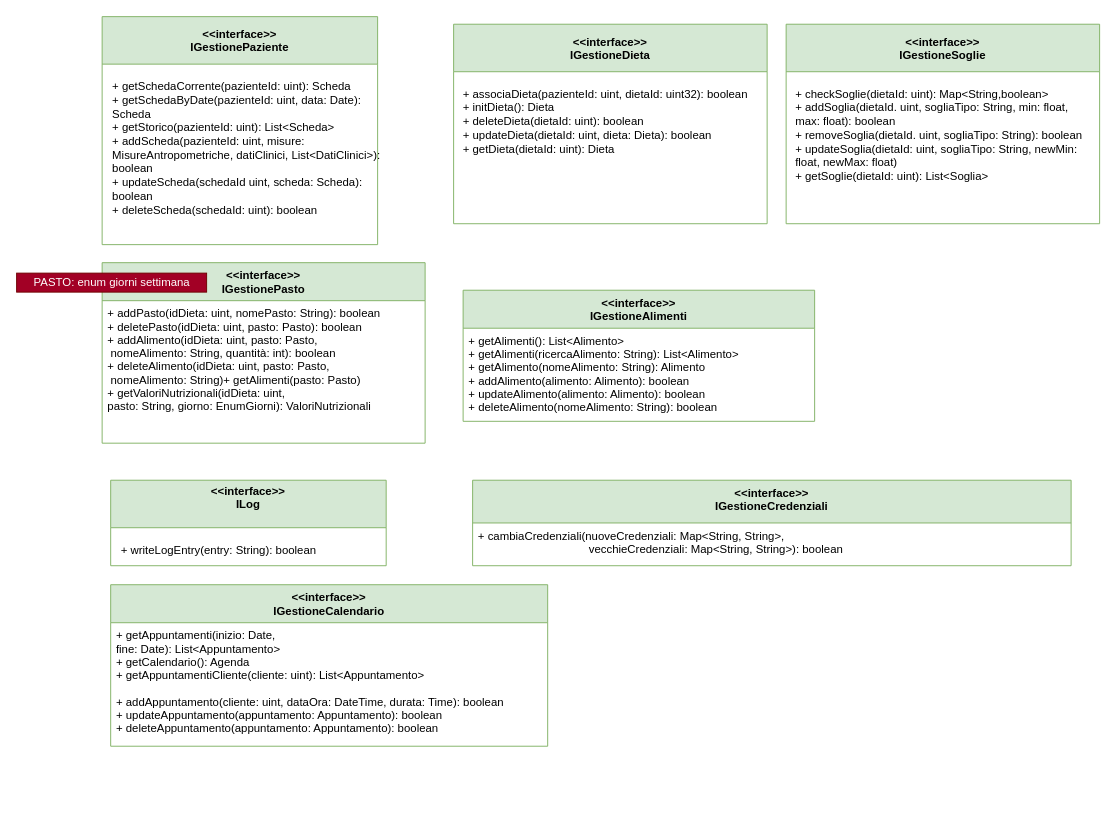
The draw.io diagram UML/UML_interfacce.drawio in DeborohNoah/IngSoft, before the edit. Source tidied: cells renumbered, new cells numbered last; positions are measured from the earlier drawing's top-left corner, leaving out a move shared by most shapes. Both pictures are drawn from the tidied source at 95%, with x=0, y=0 at pixel (16, 16).
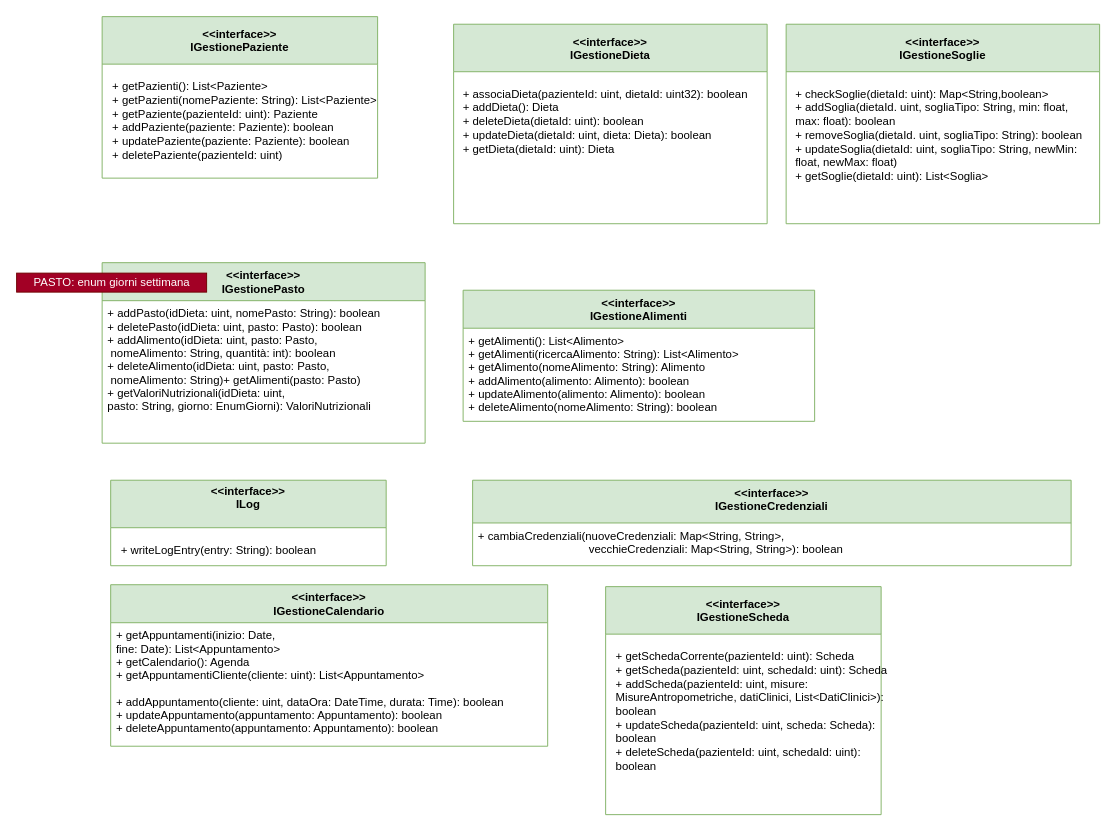
The same page after the edit.

Commit message:
nuove interfacce

The change refers to these unchanged cells:
```xml
<mxCell id="4" value="&lt;&lt;interface&gt;&gt;&#10;IGestioneDieta" style="swimlane;startSize=50;fillColor=#d5e8d4;strokeColor=#82b366;" parent="1" vertex="1">
  <mxGeometry x="460" y="8" width="330" height="210" as="geometry" />
</mxCell>
```

The edit, as a diff of the source:
```diff
@@
     <mxCell id="2" value="&lt;&lt;interface&gt;&gt;&#10;IGestionePaziente" style="swimlane;startSize=50;fillColor=#d5e8d4;strokeColor=#82b366;" parent="1" vertex="1">
-      <mxGeometry x="90" width="290" height="240" as="geometry" />
+      <mxGeometry x="90" width="290" height="170" as="geometry" />
     </mxCell>
-    <mxCell id="3" value="&lt;div&gt;+ getSchedaCorrente(pazienteId: uint): Scheda&lt;br&gt;&lt;/div&gt;&lt;div&gt;+ getSchedaByDate(pazienteId: uint, data: Date): Scheda&lt;br&gt;&lt;/div&gt;&lt;div&gt;+ getStorico(pazienteId: uint): List&amp;lt;Scheda&amp;gt;&lt;br&gt;+ addScheda(pazienteId: uint, misure: MisureAntropometriche, datiClinici, List&amp;lt;DatiClinici&amp;gt;): boolean&lt;br&gt;+ updateScheda(schedaId uint, scheda: Scheda): boolean&lt;br&gt;+ deleteScheda(schedaId: uint): boolean&lt;br&gt;&lt;/div&gt;&lt;div&gt;&lt;br&gt;&lt;/div&gt;" style="text;whiteSpace=wrap;html=1;" parent="2" vertex="1">
+    <mxCell id="3" value="&lt;div&gt;+ getPazienti(): List&amp;lt;Paziente&amp;gt;&lt;/div&gt;&lt;div&gt;+ getPazienti(nomePaziente: String): List&amp;lt;Paziente&amp;gt;&lt;/div&gt;&lt;div&gt;+ getPaziente(pazienteId: uint): Paziente&lt;/div&gt;&lt;div&gt;+ addPaziente(paziente: Paziente): boolean&lt;/div&gt;&lt;div&gt;+ updatePaziente(paziente: Paziente): boolean&lt;/div&gt;+ deletePaziente(pazienteId: uint)" style="text;whiteSpace=wrap;html=1;" parent="2" vertex="1">
       <mxGeometry x="9" y="60" width="290" height="30" as="geometry" />
     </mxCell>
@@
-    <mxCell id="5" value="+ associaDieta(pazienteId: uint, dietaId: uint32): boolean&lt;br&gt;+ initDieta(): Dieta&lt;br&gt;+ deleteDieta(dietaId: uint): boolean&lt;br&gt;&lt;div&gt;+ updateDieta(dietaId: uint, dieta: Dieta): boolean&lt;/div&gt;&lt;div&gt;+ getDieta(dietaId: uint): Dieta&lt;br&gt;&lt;/div&gt;" style="text;whiteSpace=wrap;html=1;" parent="4" vertex="1">
+    <mxCell id="5" value="+ associaDieta(pazienteId: uint, dietaId: uint32): boolean&lt;br&gt;+ addDieta(): Dieta&lt;br&gt;+ deleteDieta(dietaId: uint): boolean&lt;br&gt;&lt;div&gt;+ updateDieta(dietaId: uint, dieta: Dieta): boolean&lt;/div&gt;&lt;div&gt;+ getDieta(dietaId: uint): Dieta&lt;br&gt;&lt;/div&gt;" style="text;whiteSpace=wrap;html=1;" parent="4" vertex="1">
       <mxGeometry x="8" y="60" width="312" height="30" as="geometry" />
     </mxCell>
@@
+    <mxCell id="19" value="&lt;&lt;interface&gt;&gt;&#10;IGestioneScheda" style="swimlane;startSize=50;fillColor=#d5e8d4;strokeColor=#82b366;" parent="1" vertex="1">
+      <mxGeometry x="620" y="600" width="290" height="240" as="geometry" />
+    </mxCell>
+    <mxCell id="20" value="&lt;div&gt;&lt;div&gt;+ getSchedaCorrente(pazienteId: uint): Scheda&lt;/div&gt;&lt;/div&gt;&lt;div&gt;+ getScheda(pazienteId: uint, schedaId: uint): Scheda&lt;br&gt;&lt;/div&gt;+ addScheda(pazienteId: uint, misure: MisureAntropometriche, datiClinici, List&amp;lt;DatiClinici&amp;gt;): boolean&lt;br&gt;+ updateScheda(pazienteId: uint, scheda: Scheda): boolean&lt;br&gt;+ deleteScheda(pazienteId: uint, schedaId: uint): boolean&lt;div&gt;&lt;br&gt;&lt;/div&gt;" style="text;whiteSpace=wrap;html=1;" parent="19" vertex="1">
+      <mxGeometry x="9" y="60" width="290" height="30" as="geometry" />
+    </mxCell>
```
